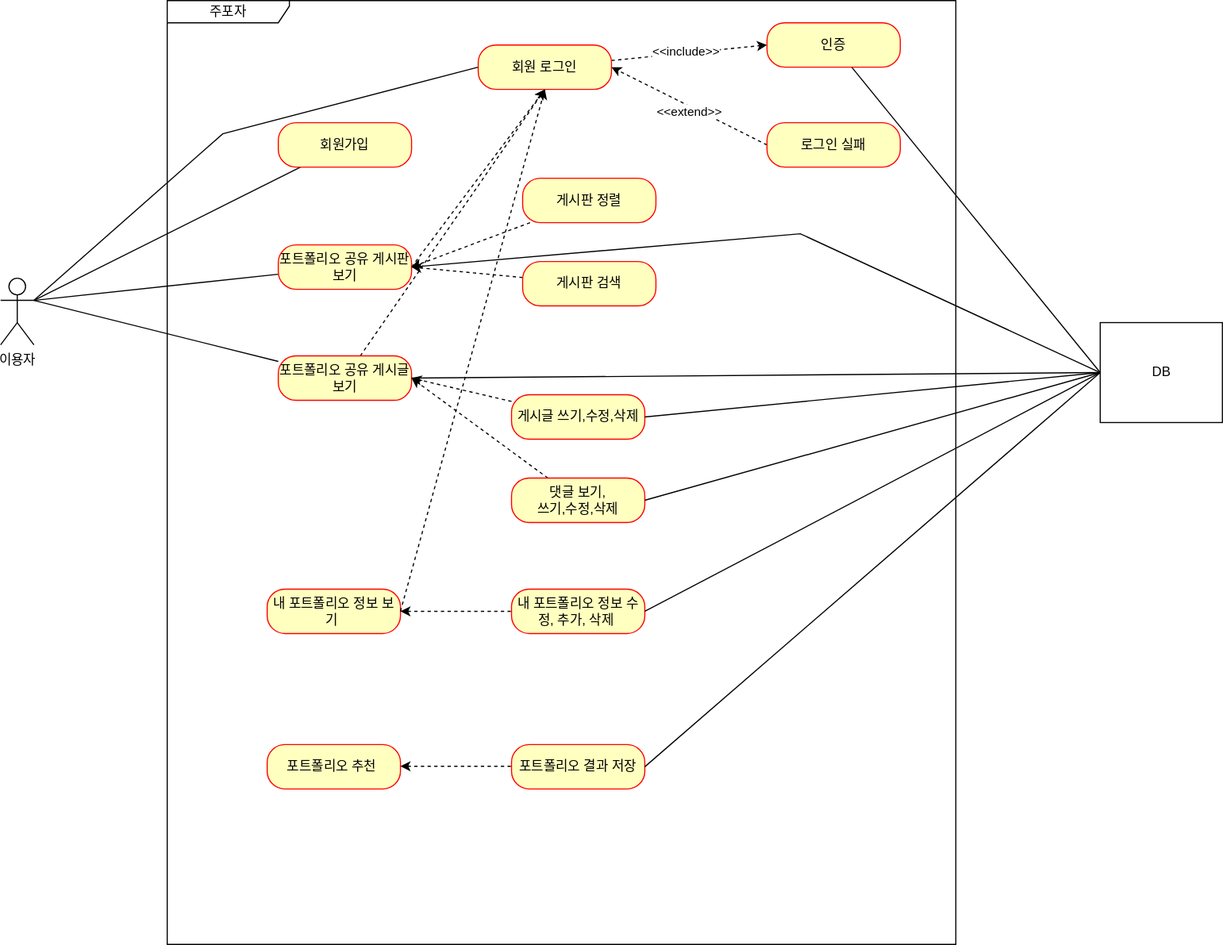
TeamJupoza/Jupoza keeps this draw.io diagram as document/Usecase.svg. Above is the earlier version. Source tidied: cells renumbered, new cells last; positions are measured from the earlier drawing's top-left corner, leaving out a move shared by most shapes. The source it was exported from:
```xml
<mxGraphModel>
  <root>
    <mxCell id="0" />
    <mxCell id="1" parent="0" />
    <mxCell id="2" value="이용자&lt;br&gt;" style="shape=umlActor;verticalLabelPosition=bottom;verticalAlign=top;html=1;outlineConnect=0;" parent="1" vertex="1">
      <mxGeometry y="250" width="30" height="60" as="geometry" />
    </mxCell>
    <mxCell id="3" value="주포자" style="shape=umlFrame;whiteSpace=wrap;html=1;width=110;height=20;" parent="1" vertex="1">
      <mxGeometry x="150" width="710" height="850" as="geometry" />
    </mxCell>
    <mxCell id="4" style="rounded=0;jettySize=auto;html=1;entryX=1;entryY=0.3333333333333333;entryDx=0;entryDy=0;entryPerimeter=0;strokeColor=default;endArrow=none;endFill=0;" parent="1" edge="1" source="5" target="2">
      <mxGeometry relative="1" as="geometry" />
    </mxCell>
    <mxCell id="5" value="회원가입" style="rounded=1;whiteSpace=wrap;html=1;arcSize=40;fontColor=#000000;fillColor=#ffffc0;strokeColor=#ff0000;" parent="1" vertex="1">
      <mxGeometry x="250" y="110" width="120" height="40" as="geometry" />
    </mxCell>
    <mxCell id="6" style="edgeStyle=none;rounded=0;jettySize=auto;html=1;strokeColor=default;endArrow=none;endFill=0;" parent="1" edge="1" source="8">
      <mxGeometry relative="1" as="geometry">
        <mxPoint x="30" y="270" as="targetPoint" />
      </mxGeometry>
    </mxCell>
    <mxCell id="7" style="edgeStyle=none;rounded=0;jettySize=auto;html=1;entryX=0.5;entryY=1;entryDx=0;entryDy=0;dashed=1;strokeColor=default;startArrow=none;startFill=0;endArrow=classic;endFill=1;exitX=1;exitY=0.5;exitDx=0;exitDy=0;" parent="1" edge="1" source="8" target="15">
      <mxGeometry relative="1" as="geometry" />
    </mxCell>
    <mxCell id="8" value="포트폴리오 공유 게시판 보기&lt;span style=&quot;color: rgba(0, 0, 0, 0); font-family: monospace; font-size: 0px; text-align: start;&quot;&gt;%3CmxGraphModel%3E%3Croot%3E%3CmxCell%20id%3D%220%22%2F%3E%3CmxCell%20id%3D%221%22%20parent%3D%220%22%2F%3E%3CmxCell%20id%3D%222%22%20value%3D%22%ED%9A%8C%EC%9B%90%EA%B0%80%EC%9E%85%22%20style%3D%22rounded%3D1%3BwhiteSpace%3Dwrap%3Bhtml%3D1%3BarcSize%3D40%3BfontColor%3D%23000000%3BfillColor%3D%23ffffc0%3BstrokeColor%3D%23ff0000%3B%22%20vertex%3D%221%22%20parent%3D%221%22%3E%3CmxGeometry%20x%3D%22310%22%20y%3D%22240%22%20width%3D%22120%22%20height%3D%2240%22%20as%3D%22geometry%22%2F%3E%3C%2FmxCell%3E%3C%2Froot%3E%3C%2FmxGraphModel%3E&lt;/span&gt;" style="rounded=1;whiteSpace=wrap;html=1;arcSize=40;fontColor=#000000;fillColor=#ffffc0;strokeColor=#ff0000;" parent="1" vertex="1">
      <mxGeometry x="250" y="220" width="120" height="40" as="geometry" />
    </mxCell>
    <mxCell id="9" style="edgeStyle=none;rounded=0;jettySize=auto;html=1;entryX=1;entryY=0.3333333333333333;entryDx=0;entryDy=0;entryPerimeter=0;strokeColor=default;endArrow=none;endFill=0;" parent="1" edge="1" source="11" target="2">
      <mxGeometry relative="1" as="geometry" />
    </mxCell>
    <mxCell id="10" style="edgeStyle=none;rounded=0;jettySize=auto;html=1;dashed=1;strokeColor=default;startArrow=none;startFill=0;endArrow=classic;endFill=1;" parent="1" edge="1" source="11">
      <mxGeometry relative="1" as="geometry">
        <mxPoint x="490" y="80" as="targetPoint" />
      </mxGeometry>
    </mxCell>
    <mxCell id="11" value="포트폴리오 공유 게시글 보기" style="rounded=1;whiteSpace=wrap;html=1;arcSize=40;fontColor=#000000;fillColor=#ffffc0;strokeColor=#ff0000;" parent="1" vertex="1">
      <mxGeometry x="250" y="320" width="120" height="40" as="geometry" />
    </mxCell>
    <mxCell id="12" style="edgeStyle=none;rounded=0;jettySize=auto;html=1;strokeColor=default;endArrow=none;endFill=0;" parent="1" edge="1" source="15">
      <mxGeometry relative="1" as="geometry">
        <mxPoint x="30" y="270" as="targetPoint" />
        <Array as="points">
          <mxPoint x="430" y="60" />
          <mxPoint x="200" y="120" />
        </Array>
      </mxGeometry>
    </mxCell>
    <mxCell id="13" style="edgeStyle=none;rounded=0;jettySize=auto;html=1;entryX=0;entryY=0.5;entryDx=0;entryDy=0;strokeColor=default;endArrow=classic;endFill=1;dashed=1;" parent="1" edge="1" source="15" target="17">
      <mxGeometry relative="1" as="geometry" />
    </mxCell>
    <mxCell id="14" value="&amp;lt;&amp;lt;include&amp;gt;&amp;gt;" style="edgeLabel;html=1;align=center;verticalAlign=middle;" parent="13" vertex="1">
      <mxGeometry x="-0.05" y="2" relative="1" as="geometry" />
    </mxCell>
    <mxCell id="15" value="회원 로그인" style="rounded=1;whiteSpace=wrap;html=1;arcSize=40;fontColor=#000000;fillColor=#ffffc0;strokeColor=#ff0000;" parent="1" vertex="1">
      <mxGeometry x="430" y="40" width="120" height="40" as="geometry" />
    </mxCell>
    <mxCell id="16" style="edgeStyle=none;rounded=0;jettySize=auto;html=1;entryX=0;entryY=0.5;entryDx=0;entryDy=0;strokeColor=default;startArrow=none;startFill=0;endArrow=none;endFill=0;" parent="1" edge="1" source="17" target="33">
      <mxGeometry relative="1" as="geometry" />
    </mxCell>
    <mxCell id="17" value="인증" style="rounded=1;whiteSpace=wrap;html=1;arcSize=40;fontColor=#000000;fillColor=#ffffc0;strokeColor=#ff0000;" parent="1" vertex="1">
      <mxGeometry x="690" y="20" width="120" height="40" as="geometry" />
    </mxCell>
    <mxCell id="18" style="edgeStyle=none;rounded=0;jettySize=auto;html=1;entryX=1;entryY=0.5;entryDx=0;entryDy=0;strokeColor=default;endArrow=classic;endFill=1;exitX=0;exitY=0.5;exitDx=0;exitDy=0;dashed=1;startArrow=none;startFill=0;" parent="1" edge="1" source="20" target="15">
      <mxGeometry relative="1" as="geometry" />
    </mxCell>
    <mxCell id="19" value="&amp;lt;&amp;lt;extend&amp;gt;&amp;gt;" style="edgeLabel;html=1;align=center;verticalAlign=middle;" parent="18" vertex="1">
      <mxGeometry x="-0.22" y="-3" relative="1" as="geometry">
        <mxPoint x="-17" y="-1" as="offset" />
      </mxGeometry>
    </mxCell>
    <mxCell id="20" value="로그인 실패" style="rounded=1;whiteSpace=wrap;html=1;arcSize=40;fontColor=#000000;fillColor=#ffffc0;strokeColor=#ff0000;" parent="1" vertex="1">
      <mxGeometry x="690" y="110" width="120" height="40" as="geometry" />
    </mxCell>
    <mxCell id="21" style="edgeStyle=none;rounded=0;jettySize=auto;html=1;entryX=1;entryY=0.5;entryDx=0;entryDy=0;dashed=1;strokeColor=default;startArrow=none;startFill=0;endArrow=classic;endFill=1;" parent="1" edge="1" source="22" target="8">
      <mxGeometry relative="1" as="geometry" />
    </mxCell>
    <mxCell id="22" value="게시판 정렬&lt;span style=&quot;color: rgba(0, 0, 0, 0); font-family: monospace; font-size: 0px; text-align: start;&quot;&gt;%3CmxGraphModel%3E%3Croot%3E%3CmxCell%20id%3D%220%22%2F%3E%3CmxCell%20id%3D%221%22%20parent%3D%220%22%2F%3E%3CmxCell%20id%3D%222%22%20value%3D%22%ED%9A%8C%EC%9B%90%EA%B0%80%EC%9E%85%22%20style%3D%22rounded%3D1%3BwhiteSpace%3Dwrap%3Bhtml%3D1%3BarcSize%3D40%3BfontColor%3D%23000000%3BfillColor%3D%23ffffc0%3BstrokeColor%3D%23ff0000%3B%22%20vertex%3D%221%22%20parent%3D%221%22%3E%3CmxGeometry%20x%3D%22310%22%20y%3D%22240%22%20width%3D%22120%22%20height%3D%2240%22%20as%3D%22geometry%22%2F%3E%3C%2FmxCell%3E%3C%2Froot%3E%3C%2FmxGraphModel%&lt;/span&gt;" style="rounded=1;whiteSpace=wrap;html=1;arcSize=40;fontColor=#000000;fillColor=#ffffc0;strokeColor=#ff0000;" parent="1" vertex="1">
      <mxGeometry x="470" y="160" width="120" height="40" as="geometry" />
    </mxCell>
    <mxCell id="23" style="edgeStyle=none;rounded=0;jettySize=auto;html=1;dashed=1;strokeColor=default;startArrow=none;startFill=0;endArrow=classic;endFill=1;" parent="1" edge="1" source="24">
      <mxGeometry relative="1" as="geometry">
        <mxPoint x="370" y="240" as="targetPoint" />
      </mxGeometry>
    </mxCell>
    <mxCell id="24" value="게시판 검색&lt;span style=&quot;color: rgba(0, 0, 0, 0); font-family: monospace; font-size: 0px; text-align: start;&quot;&gt;%3CmxGraphModel%3E%3Croot%3E%3CmxCell%20id%3D%220%22%2F%3E%3CmxCell%20id%3D%221%22%20parent%3D%220%22%2F%3E%3CmxCell%20id%3D%222%22%20value%3D%22%ED%9A%8C%EC%9B%90%EA%B0%80%EC%9E%85%22%20style%3D%22rounded%3D1%3BwhiteSpace%3Dwrap%3Bhtml%3D1%3BarcSize%3D40%3BfontColor%3D%23000000%3BfillColor%3D%23ffffc0%3BstrokeColor%3D%23ff0000%3B%22%20vertex%3D%221%22%20parent%3D%221%22%3E%3CmxGeometry%20x%3D%22310%22%20y%3D%22240%22%20width%3D%22120%22%20height%3D%2240%22%20as%3D%22geometry%22%2F%3E%3C%2FmxCell%3E%3C%2Froot%3E%3C%2FmxGraphMode&lt;/span&gt;" style="rounded=1;whiteSpace=wrap;html=1;arcSize=40;fontColor=#000000;fillColor=#ffffc0;strokeColor=#ff0000;" parent="1" vertex="1">
      <mxGeometry x="470" y="235" width="120" height="40" as="geometry" />
    </mxCell>
    <mxCell id="25" style="edgeStyle=none;rounded=0;jettySize=auto;html=1;entryX=1;entryY=0.5;entryDx=0;entryDy=0;dashed=1;strokeColor=default;startArrow=none;startFill=0;endArrow=classic;endFill=1;" parent="1" edge="1" source="26" target="11">
      <mxGeometry relative="1" as="geometry" />
    </mxCell>
    <mxCell id="26" value="게시글 쓰기,수정,삭제" style="rounded=1;whiteSpace=wrap;html=1;arcSize=40;fontColor=#000000;fillColor=#ffffc0;strokeColor=#ff0000;" parent="1" vertex="1">
      <mxGeometry x="460" y="355" width="120" height="40" as="geometry" />
    </mxCell>
    <mxCell id="27" style="edgeStyle=none;rounded=0;jettySize=auto;html=1;dashed=1;strokeColor=default;startArrow=none;startFill=0;endArrow=classic;endFill=1;" parent="1" edge="1" source="28">
      <mxGeometry relative="1" as="geometry">
        <mxPoint x="370" y="340" as="targetPoint" />
      </mxGeometry>
    </mxCell>
    <mxCell id="28" value="댓글 보기,&lt;br&gt;쓰기,수정,삭제" style="rounded=1;whiteSpace=wrap;html=1;arcSize=40;fontColor=#000000;fillColor=#ffffc0;strokeColor=#ff0000;" parent="1" vertex="1">
      <mxGeometry x="460" y="430" width="120" height="40" as="geometry" />
    </mxCell>
    <mxCell id="29" style="edgeStyle=none;rounded=0;jettySize=auto;html=1;strokeColor=default;startArrow=none;startFill=0;endArrow=none;endFill=0;exitX=0;exitY=0.5;exitDx=0;exitDy=0;" parent="1" edge="1" source="33">
      <mxGeometry relative="1" as="geometry">
        <mxPoint x="370" y="240" as="targetPoint" />
        <Array as="points">
          <mxPoint x="720" y="210" />
        </Array>
      </mxGeometry>
    </mxCell>
    <mxCell id="30" style="edgeStyle=none;rounded=0;jettySize=auto;html=1;strokeColor=default;startArrow=none;startFill=0;endArrow=none;endFill=0;exitX=0;exitY=0.5;exitDx=0;exitDy=0;" parent="1" edge="1" source="33">
      <mxGeometry relative="1" as="geometry">
        <mxPoint x="370" y="340" as="targetPoint" />
      </mxGeometry>
    </mxCell>
    <mxCell id="31" style="edgeStyle=none;rounded=0;jettySize=auto;html=1;entryX=1;entryY=0.5;entryDx=0;entryDy=0;strokeColor=default;startArrow=none;startFill=0;endArrow=none;endFill=0;exitX=0;exitY=0.5;exitDx=0;exitDy=0;" parent="1" edge="1" source="33" target="26">
      <mxGeometry relative="1" as="geometry" />
    </mxCell>
    <mxCell id="32" style="edgeStyle=none;rounded=0;jettySize=auto;html=1;entryX=1;entryY=0.5;entryDx=0;entryDy=0;strokeColor=default;startArrow=none;startFill=0;endArrow=none;endFill=0;exitX=0;exitY=0.5;exitDx=0;exitDy=0;" parent="1" edge="1" source="33" target="28">
      <mxGeometry relative="1" as="geometry" />
    </mxCell>
    <mxCell id="33" value="DB" style="html=1;" parent="1" vertex="1">
      <mxGeometry x="990" y="290" width="110" height="90" as="geometry" />
    </mxCell>
    <mxCell id="34" value="내 포트폴리오 정보 보기&amp;nbsp;" style="rounded=1;whiteSpace=wrap;html=1;arcSize=40;fontColor=#000000;fillColor=#ffffc0;strokeColor=#ff0000;" parent="1" vertex="1">
      <mxGeometry x="240" y="530" width="120" height="40" as="geometry" />
    </mxCell>
    <mxCell id="35" value="내 포트폴리오 정보 수정, 추가, 삭제&amp;nbsp;" style="rounded=1;whiteSpace=wrap;html=1;arcSize=40;fontColor=#000000;fillColor=#ffffc0;strokeColor=#ff0000;" parent="1" vertex="1">
      <mxGeometry x="460" y="530" width="120" height="40" as="geometry" />
    </mxCell>
    <mxCell id="36" style="endArrow=classic;dashed=1;html=1;rounded=0;entryX=0.5;entryY=1;entryDx=0;entryDy=0;endFill=1;" parent="1" edge="1" target="15">
      <mxGeometry relative="1" as="geometry">
        <mxPoint x="360" y="550" as="sourcePoint" />
      </mxGeometry>
    </mxCell>
    <mxCell id="37" style="endArrow=none;dashed=1;html=1;rounded=0;entryX=0;entryY=0.5;entryDx=0;entryDy=0;exitX=1;exitY=0.5;exitDx=0;exitDy=0;startArrow=classic;startFill=1;" parent="1" edge="1" source="34" target="35">
      <mxGeometry relative="1" as="geometry" />
    </mxCell>
    <mxCell id="38" style="edgeStyle=none;rounded=0;jettySize=auto;html=1;entryX=1;entryY=0.5;entryDx=0;entryDy=0;strokeColor=default;startArrow=none;startFill=0;endArrow=none;endFill=0;exitX=0;exitY=0.5;exitDx=0;exitDy=0;" parent="1" edge="1" source="33" target="35">
      <mxGeometry relative="1" as="geometry" />
    </mxCell>
    <mxCell id="39" value="포트폴리오 추천&amp;nbsp;" style="rounded=1;whiteSpace=wrap;html=1;arcSize=40;fontColor=#000000;fillColor=#ffffc0;strokeColor=#ff0000;" parent="1" vertex="1">
      <mxGeometry x="240" y="670" width="120" height="40" as="geometry" />
    </mxCell>
    <mxCell id="40" value="포트폴리오 결과 저장" style="rounded=1;whiteSpace=wrap;html=1;arcSize=40;fontColor=#000000;fillColor=#ffffc0;strokeColor=#ff0000;" parent="1" vertex="1">
      <mxGeometry x="460" y="670" width="120" height="40" as="geometry" />
    </mxCell>
    <mxCell id="41" style="edgeStyle=none;rounded=0;jettySize=auto;html=1;entryX=1;entryY=0.5;entryDx=0;entryDy=0;strokeColor=default;startArrow=none;startFill=0;endArrow=none;endFill=0;exitX=0;exitY=0.5;exitDx=0;exitDy=0;" parent="1" edge="1" source="33" target="40">
      <mxGeometry relative="1" as="geometry" />
    </mxCell>
    <mxCell id="42" style="endArrow=none;dashed=1;html=1;rounded=0;entryX=0;entryY=0.5;entryDx=0;entryDy=0;exitX=1;exitY=0.5;exitDx=0;exitDy=0;startArrow=classic;startFill=1;" parent="1" edge="1">
      <mxGeometry relative="1" as="geometry">
        <mxPoint x="360" y="689.5" as="sourcePoint" />
        <mxPoint x="460" y="689.5" as="targetPoint" />
      </mxGeometry>
    </mxCell>
  </root>
</mxGraphModel>
```
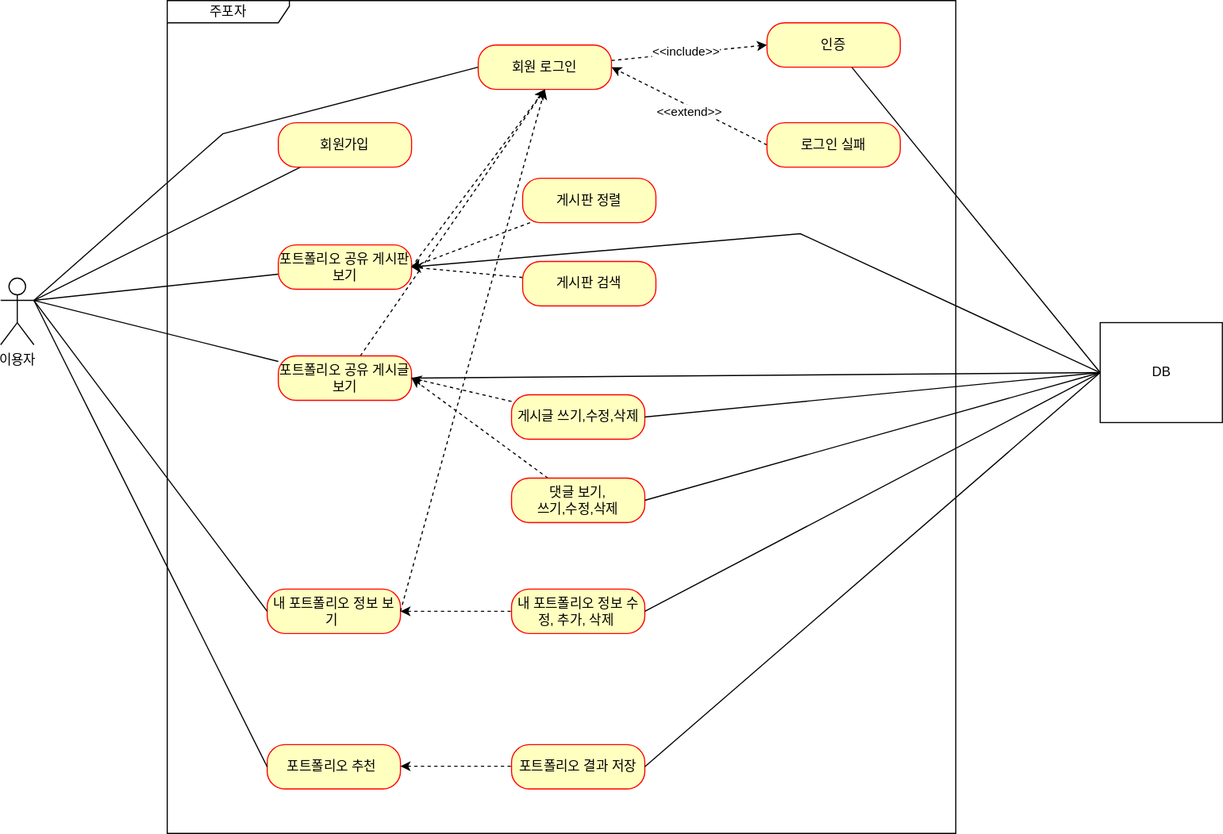
After the commit.

Diff of the diagram source:
```diff
@@ -6,7 +6,7 @@
       <mxGeometry y="250" width="30" height="60" as="geometry" />
     </mxCell>
     <mxCell id="3" value="주포자" style="shape=umlFrame;whiteSpace=wrap;html=1;width=110;height=20;" parent="1" vertex="1">
-      <mxGeometry x="150" width="710" height="850" as="geometry" />
+      <mxGeometry x="150" width="710" height="750" as="geometry" />
     </mxCell>
     <mxCell id="4" style="rounded=0;jettySize=auto;html=1;entryX=1;entryY=0.3333333333333333;entryDx=0;entryDy=0;entryPerimeter=0;strokeColor=default;endArrow=none;endFill=0;" parent="1" edge="1" source="5" target="2">
       <mxGeometry relative="1" as="geometry" />
@@ -153,5 +153,15 @@
         <mxPoint x="460" y="689.5" as="targetPoint" />
       </mxGeometry>
     </mxCell>
+    <mxCell id="43" style="endArrow=none;html=1;rounded=0;entryX=0;entryY=0.5;entryDx=0;entryDy=0;" parent="1" edge="1" target="34">
+      <mxGeometry relative="1" as="geometry">
+        <mxPoint x="30" y="270" as="sourcePoint" />
+      </mxGeometry>
+    </mxCell>
+    <mxCell id="44" style="endArrow=none;html=1;rounded=0;entryX=0;entryY=0.5;entryDx=0;entryDy=0;" parent="1" edge="1" target="39">
+      <mxGeometry relative="1" as="geometry">
+        <mxPoint x="30" y="270" as="sourcePoint" />
+      </mxGeometry>
+    </mxCell>
   </root>
 </mxGraphModel>
```
